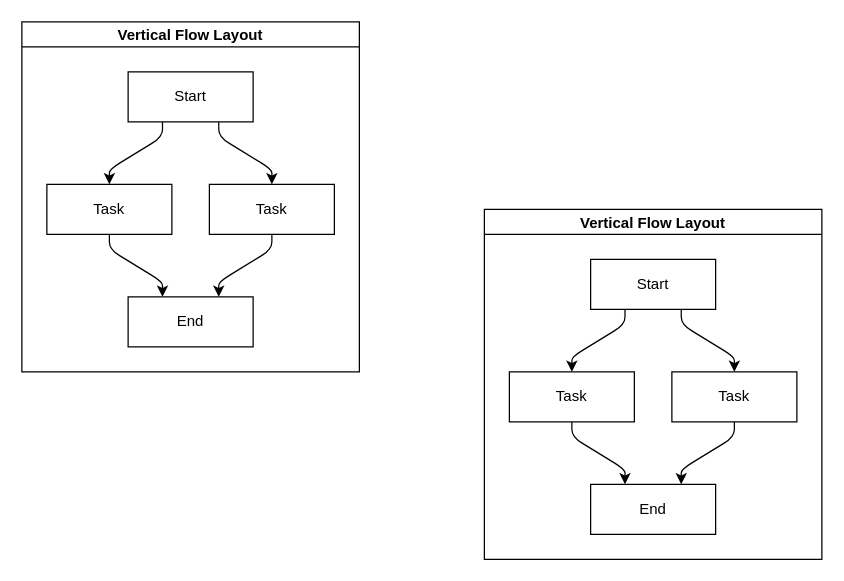
Earlier version of the draw.io diagram page "第 2 页" (2 of 2) of 1233344444.drawio (Quixote-Demo/demo). Source tidied: cells renumbered, new cells numbered last; positions are measured from the earlier drawing's top-left corner, leaving out a move shared by most shapes. Both pictures are drawn from the tidied source at 125%, with x=0, y=0 at pixel (21, 21).
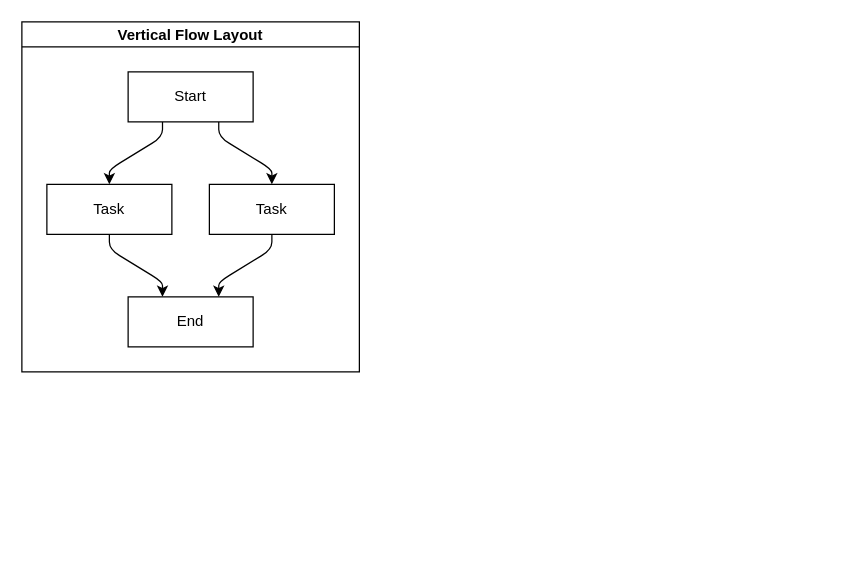
The same diagram, later.

Diff of the diagram source:
```diff
@@
-    <mxCell id="11" value="Vertical Flow Layout" style="swimlane;startSize=20;horizontal=1;flowOrientation=north;interRankCellSpacing=50;containerType=tree;fontSize=12;" parent="1" vertex="1">
-      <mxGeometry x="370" y="150" width="270" height="280" as="geometry" />
-    </mxCell>
-    <mxCell id="12" value="Start" style="whiteSpace=wrap;html=1;" parent="11" vertex="1">
-      <mxGeometry x="85" y="40" width="100" height="40" as="geometry" />
-    </mxCell>
-    <mxCell id="13" value="Task" style="whiteSpace=wrap;html=1;" parent="11" vertex="1">
-      <mxGeometry x="20" y="130" width="100" height="40" as="geometry" />
-    </mxCell>
-    <mxCell id="14" style="html=1;rounded=1;curved=0;sourcePerimeterSpacing=0;targetPerimeterSpacing=0;startSize=6;endSize=6;noEdgeStyle=1;orthogonal=1;" parent="11" edge="1" source="12" target="13">
-      <mxGeometry relative="1" as="geometry">
-        <Array as="points">
-          <mxPoint x="112.5" y="92" />
-          <mxPoint x="70" y="118" />
-        </Array>
-      </mxGeometry>
-    </mxCell>
-    <mxCell id="15" value="Task" style="whiteSpace=wrap;html=1;" parent="11" vertex="1">
-      <mxGeometry x="150" y="130" width="100" height="40" as="geometry" />
-    </mxCell>
-    <mxCell id="16" style="html=1;rounded=1;curved=0;sourcePerimeterSpacing=0;targetPerimeterSpacing=0;startSize=6;endSize=6;noEdgeStyle=1;orthogonal=1;" parent="11" edge="1" source="12" target="15">
-      <mxGeometry relative="1" as="geometry">
-        <Array as="points">
-          <mxPoint x="157.5" y="92" />
-          <mxPoint x="200" y="118" />
-        </Array>
-      </mxGeometry>
-    </mxCell>
-    <mxCell id="17" value="End" style="whiteSpace=wrap;html=1;" parent="11" vertex="1">
-      <mxGeometry x="85" y="220" width="100" height="40" as="geometry" />
-    </mxCell>
-    <mxCell id="18" style="html=1;rounded=1;curved=0;sourcePerimeterSpacing=0;targetPerimeterSpacing=0;startSize=6;endSize=6;noEdgeStyle=1;orthogonal=1;" parent="11" edge="1" source="13" target="17">
-      <mxGeometry relative="1" as="geometry">
-        <Array as="points">
-          <mxPoint x="70" y="182" />
-          <mxPoint x="112.5" y="208" />
-        </Array>
-      </mxGeometry>
-    </mxCell>
-    <mxCell id="19" style="html=1;rounded=1;curved=0;sourcePerimeterSpacing=0;targetPerimeterSpacing=0;startSize=6;endSize=6;noEdgeStyle=1;orthogonal=1;" parent="11" edge="1" source="15" target="17">
-      <mxGeometry relative="1" as="geometry">
-        <Array as="points">
-          <mxPoint x="200" y="182" />
-          <mxPoint x="157.5" y="208" />
-        </Array>
-      </mxGeometry>
-    </mxCell>
```
